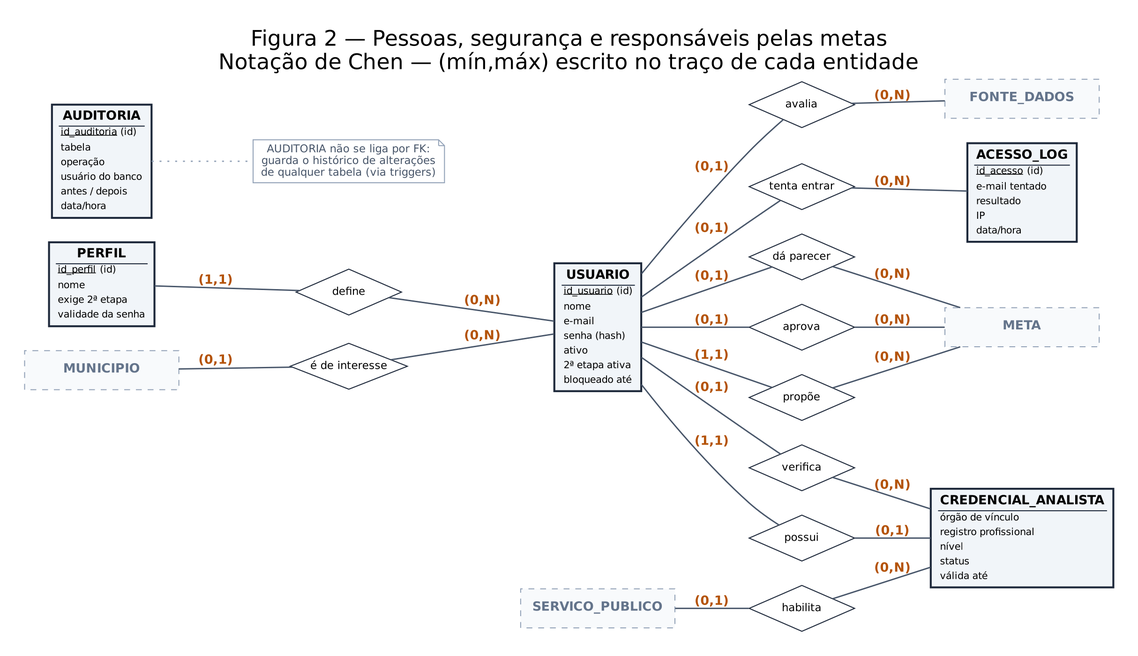
The Graphviz diagram docs/der/der_2_pessoas_seguranca.png in nicolemaranhao/ecocity-a3, before a commit. Its source is kept beside it as docs/der/der_2_pessoas_seguranca.dot.
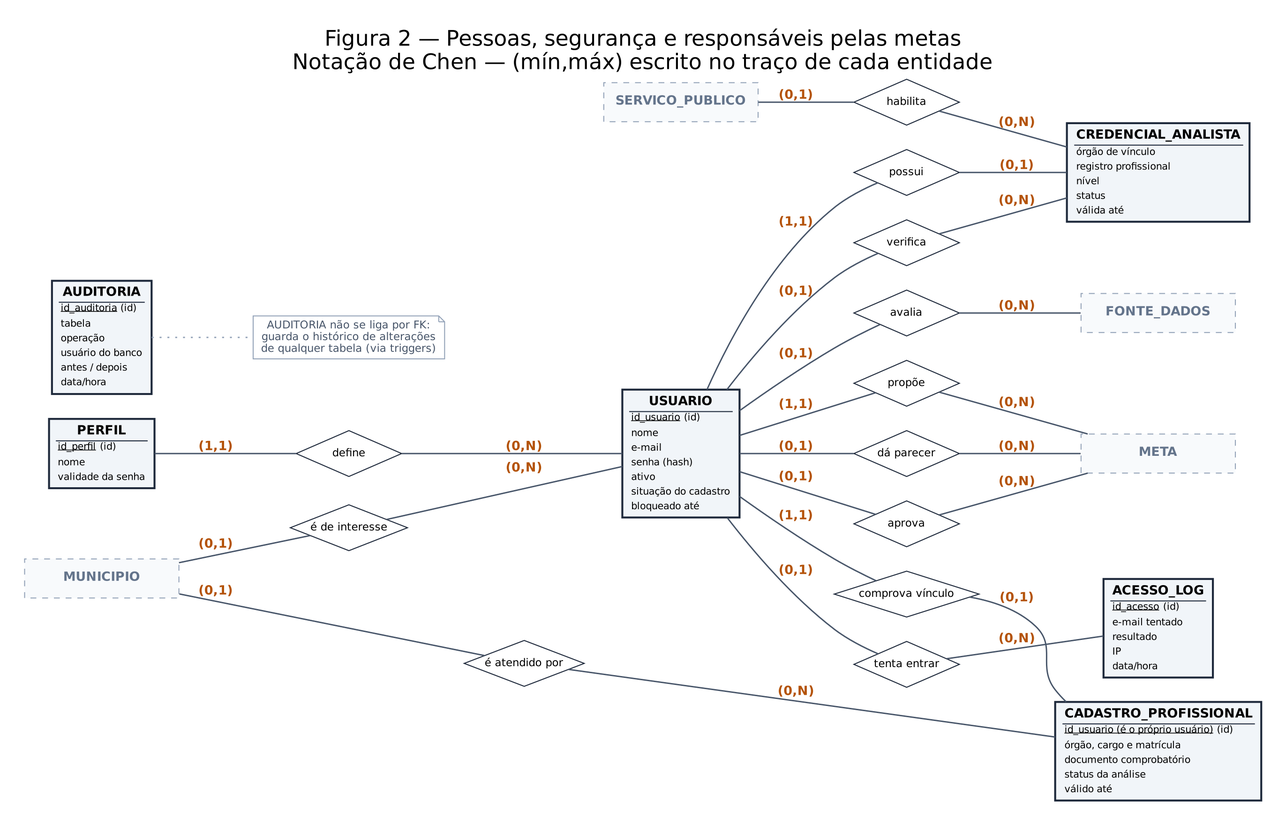
Later version of the same file.

What changed in the source:
```diff
@@ -1,8 +1,9 @@
 graph DER {
 graph [layout=dot, rankdir=LR, nodesep=0.35, ranksep=0.55, splines=true, pad=0.35, fontname="Helvetica", label="Figura 2 — Pessoas, segurança e responsáveis pelas metas\nNotação de Chen — (mín,máx) escrito no traço de cada entidade", labelloc=t, fontsize=22];
 node [fontname="Helvetica"]; edge [fontname="Helvetica-Bold", fontsize=13, fontcolor="#B45309", color="#475569", penwidth=1.4];
-"PERFIL" [shape=box, style="filled,bold", fillcolor="#F1F5F9", color="#1E293B", fontsize=13, margin="0.1,0.05", label=<<TABLE BORDER="0" CELLBORDER="0" CELLSPACING="0" CELLPADDING="2"><TR><TD><B>PERFIL</B></TD></TR><HR/><TR><TD ALIGN="LEFT"><FONT POINT-SIZE="10"><U>id_perfil</U> (id)</FONT></TD></TR><TR><TD ALIGN="LEFT"><FONT POINT-SIZE="10">nome</FONT></TD></TR><TR><TD ALIGN="LEFT"><FONT POINT-SIZE="10">exige 2ª etapa</FONT></TD></TR><TR><TD ALIGN="LEFT"><FONT POINT-SIZE="10">validade da senha</FONT></TD></TR></TABLE>>];
-"USUARIO" [shape=box, style="filled,bold", fillcolor="#F1F5F9", color="#1E293B", fontsize=13, margin="0.1,0.05", label=<<TABLE BORDER="0" CELLBORDER="0" CELLSPACING="0" CELLPADDING="2"><TR><TD><B>USUARIO</B></TD></TR><HR/><TR><TD ALIGN="LEFT"><FONT POINT-SIZE="10"><U>id_usuario</U> (id)</FONT></TD></TR><TR><TD ALIGN="LEFT"><FONT POINT-SIZE="10">nome</FONT></TD></TR><TR><TD ALIGN="LEFT"><FONT POINT-SIZE="10">e-mail</FONT></TD></TR><TR><TD ALIGN="LEFT"><FONT POINT-SIZE="10">senha (hash)</FONT></TD></TR><TR><TD ALIGN="LEFT"><FONT POINT-SIZE="10">ativo</FONT></TD></TR><TR><TD ALIGN="LEFT"><FONT POINT-SIZE="10">2ª etapa ativa</FONT></TD></TR><TR><TD ALIGN="LEFT"><FONT POINT-SIZE="10">bloqueado até</FONT></TD></TR></TABLE>>];
+"PERFIL" [shape=box, style="filled,bold", fillcolor="#F1F5F9", color="#1E293B", fontsize=13, margin="0.1,0.05", label=<<TABLE BORDER="0" CELLBORDER="0" CELLSPACING="0" CELLPADDING="2"><TR><TD><B>PERFIL</B></TD></TR><HR/><TR><TD ALIGN="LEFT"><FONT POINT-SIZE="10"><U>id_perfil</U> (id)</FONT></TD></TR><TR><TD ALIGN="LEFT"><FONT POINT-SIZE="10">nome</FONT></TD></TR><TR><TD ALIGN="LEFT"><FONT POINT-SIZE="10">validade da senha</FONT></TD></TR></TABLE>>];
+"USUARIO" [shape=box, style="filled,bold", fillcolor="#F1F5F9", color="#1E293B", fontsize=13, margin="0.1,0.05", label=<<TABLE BORDER="0" CELLBORDER="0" CELLSPACING="0" CELLPADDING="2"><TR><TD><B>USUARIO</B></TD></TR><HR/><TR><TD ALIGN="LEFT"><FONT POINT-SIZE="10"><U>id_usuario</U> (id)</FONT></TD></TR><TR><TD ALIGN="LEFT"><FONT POINT-SIZE="10">nome</FONT></TD></TR><TR><TD ALIGN="LEFT"><FONT POINT-SIZE="10">e-mail</FONT></TD></TR><TR><TD ALIGN="LEFT"><FONT POINT-SIZE="10">senha (hash)</FONT></TD></TR><TR><TD ALIGN="LEFT"><FONT POINT-SIZE="10">ativo</FONT></TD></TR><TR><TD ALIGN="LEFT"><FONT POINT-SIZE="10">situação do cadastro</FONT></TD></TR><TR><TD ALIGN="LEFT"><FONT POINT-SIZE="10">bloqueado até</FONT></TD></TR></TABLE>>];
+"CADASTRO_PROFISSIONAL" [shape=box, style="filled,bold", fillcolor="#F1F5F9", color="#1E293B", fontsize=13, margin="0.1,0.05", label=<<TABLE BORDER="0" CELLBORDER="0" CELLSPACING="0" CELLPADDING="2"><TR><TD><B>CADASTRO_PROFISSIONAL</B></TD></TR><HR/><TR><TD ALIGN="LEFT"><FONT POINT-SIZE="10"><U>id_usuario (é o próprio usuário)</U> (id)</FONT></TD></TR><TR><TD ALIGN="LEFT"><FONT POINT-SIZE="10">órgão, cargo e matrícula</FONT></TD></TR><TR><TD ALIGN="LEFT"><FONT POINT-SIZE="10">documento comprobatório</FONT></TD></TR><TR><TD ALIGN="LEFT"><FONT POINT-SIZE="10">status da análise</FONT></TD></TR><TR><TD ALIGN="LEFT"><FONT POINT-SIZE="10">válido até</FONT></TD></TR></TABLE>>];
 "CREDENCIAL_ANALISTA" [shape=box, style="filled,bold", fillcolor="#F1F5F9", color="#1E293B", fontsize=13, margin="0.1,0.05", label=<<TABLE BORDER="0" CELLBORDER="0" CELLSPACING="0" CELLPADDING="2"><TR><TD><B>CREDENCIAL_ANALISTA</B></TD></TR><HR/><TR><TD ALIGN="LEFT"><FONT POINT-SIZE="10">órgão de vínculo</FONT></TD></TR><TR><TD ALIGN="LEFT"><FONT POINT-SIZE="10">registro profissional</FONT></TD></TR><TR><TD ALIGN="LEFT"><FONT POINT-SIZE="10">nível</FONT></TD></TR><TR><TD ALIGN="LEFT"><FONT POINT-SIZE="10">status</FONT></TD></TR><TR><TD ALIGN="LEFT"><FONT POINT-SIZE="10">válida até</FONT></TD></TR></TABLE>>];
 "ACESSO_LOG" [shape=box, style="filled,bold", fillcolor="#F1F5F9", color="#1E293B", fontsize=13, margin="0.1,0.05", label=<<TABLE BORDER="0" CELLBORDER="0" CELLSPACING="0" CELLPADDING="2"><TR><TD><B>ACESSO_LOG</B></TD></TR><HR/><TR><TD ALIGN="LEFT"><FONT POINT-SIZE="10"><U>id_acesso</U> (id)</FONT></TD></TR><TR><TD ALIGN="LEFT"><FONT POINT-SIZE="10">e-mail tentado</FONT></TD></TR><TR><TD ALIGN="LEFT"><FONT POINT-SIZE="10">resultado</FONT></TD></TR><TR><TD ALIGN="LEFT"><FONT POINT-SIZE="10">IP</FONT></TD></TR><TR><TD ALIGN="LEFT"><FONT POINT-SIZE="10">data/hora</FONT></TD></TR></TABLE>>];
 "AUDITORIA" [shape=box, style="filled,bold", fillcolor="#F1F5F9", color="#1E293B", fontsize=13, margin="0.1,0.05", label=<<TABLE BORDER="0" CELLBORDER="0" CELLSPACING="0" CELLPADDING="2"><TR><TD><B>AUDITORIA</B></TD></TR><HR/><TR><TD ALIGN="LEFT"><FONT POINT-SIZE="10"><U>id_auditoria</U> (id)</FONT></TD></TR><TR><TD ALIGN="LEFT"><FONT POINT-SIZE="10">tabela</FONT></TD></TR><TR><TD ALIGN="LEFT"><FONT POINT-SIZE="10">operação</FONT></TD></TR><TR><TD ALIGN="LEFT"><FONT POINT-SIZE="10">usuário do banco</FONT></TD></TR><TR><TD ALIGN="LEFT"><FONT POINT-SIZE="10">antes / depois</FONT></TD></TR><TR><TD ALIGN="LEFT"><FONT POINT-SIZE="10">data/hora</FONT></TD></TR></TABLE>>];
@@ -10,36 +11,42 @@
 "FONTE_DADOS" [shape=box, style="dashed,filled", fillcolor="#F8FAFC", color="#94A3B8", fontcolor="#64748B", fontsize=13, width=2.2, height=0.55, label=<<B>FONTE_DADOS</B>>];
 "META" [shape=box, style="dashed,filled", fillcolor="#F8FAFC", color="#94A3B8", fontcolor="#64748B", fontsize=13, width=2.2, height=0.55, label=<<B>META</B>>];
 "MUNICIPIO" [shape=box, style="dashed,filled", fillcolor="#F8FAFC", color="#94A3B8", fontcolor="#64748B", fontsize=13, width=2.2, height=0.55, label=<<B>MUNICIPIO</B>>];
-"R17" [shape=diamond, label="propõe", style=filled, fillcolor="#FFFFFF", color="#1E293B", fontsize=11, width=1.5, height=0.65, margin=0.02];
-"USUARIO" -- "R17" [label="(1,1)"];
-"R17" -- "META" [label="(0,N)"];
-"R18" [shape=diamond, label="dá parecer", style=filled, fillcolor="#FFFFFF", color="#1E293B", fontsize=11, width=1.5, height=0.65, margin=0.02];
-"USUARIO" -- "R18" [label="(0,1)"];
-"R18" -- "META" [label="(0,N)"];
-"R19" [shape=diamond, label="aprova", style=filled, fillcolor="#FFFFFF", color="#1E293B", fontsize=11, width=1.5, height=0.65, margin=0.02];
-"USUARIO" -- "R19" [label="(0,1)"];
+"R19" [shape=diamond, label="propõe", style=filled, fillcolor="#FFFFFF", color="#1E293B", fontsize=11, width=1.5, height=0.65, margin=0.02];
+"USUARIO" -- "R19" [label="(1,1)"];
 "R19" -- "META" [label="(0,N)"];
-"R23" [shape=diamond, label="define", style=filled, fillcolor="#FFFFFF", color="#1E293B", fontsize=11, width=1.5, height=0.65, margin=0.02];
-"PERFIL" -- "R23" [label="(1,1)"];
-"R23" -- "USUARIO" [label="(0,N)"];
-"R24" [shape=diamond, label="é de interesse", style=filled, fillcolor="#FFFFFF", color="#1E293B", fontsize=11, width=1.5, height=0.65, margin=0.02];
-"MUNICIPIO" -- "R24" [label="(0,1)"];
-"R24" -- "USUARIO" [label="(0,N)"];
-"R25" [shape=diamond, label="possui", style=filled, fillcolor="#FFFFFF", color="#1E293B", fontsize=11, width=1.5, height=0.65, margin=0.02];
-"USUARIO" -- "R25" [label="(1,1)"];
-"R25" -- "CREDENCIAL_ANALISTA" [label="(0,1)"];
-"R26" [shape=diamond, label="habilita", style=filled, fillcolor="#FFFFFF", color="#1E293B", fontsize=11, width=1.5, height=0.65, margin=0.02];
-"SERVICO_PUBLICO" -- "R26" [label="(0,1)"];
-"R26" -- "CREDENCIAL_ANALISTA" [label="(0,N)"];
-"R27" [shape=diamond, label="verifica", style=filled, fillcolor="#FFFFFF", color="#1E293B", fontsize=11, width=1.5, height=0.65, margin=0.02];
-"USUARIO" -- "R27" [label="(0,1)"];
-"R27" -- "CREDENCIAL_ANALISTA" [label="(0,N)"];
-"R28" [shape=diamond, label="avalia", style=filled, fillcolor="#FFFFFF", color="#1E293B", fontsize=11, width=1.5, height=0.65, margin=0.02];
-"USUARIO" -- "R28" [label="(0,1)"];
-"R28" -- "FONTE_DADOS" [label="(0,N)"];
-"R29" [shape=diamond, label="tenta entrar", style=filled, fillcolor="#FFFFFF", color="#1E293B", fontsize=11, width=1.5, height=0.65, margin=0.02];
-"USUARIO" -- "R29" [label="(0,1)"];
-"R29" -- "ACESSO_LOG" [label="(0,N)"];
+"R20" [shape=diamond, label="dá parecer", style=filled, fillcolor="#FFFFFF", color="#1E293B", fontsize=11, width=1.5, height=0.65, margin=0.02];
+"USUARIO" -- "R20" [label="(0,1)"];
+"R20" -- "META" [label="(0,N)"];
+"R21" [shape=diamond, label="aprova", style=filled, fillcolor="#FFFFFF", color="#1E293B", fontsize=11, width=1.5, height=0.65, margin=0.02];
+"USUARIO" -- "R21" [label="(0,1)"];
+"R21" -- "META" [label="(0,N)"];
+"R25" [shape=diamond, label="define", style=filled, fillcolor="#FFFFFF", color="#1E293B", fontsize=11, width=1.5, height=0.65, margin=0.02];
+"PERFIL" -- "R25" [label="(1,1)"];
+"R25" -- "USUARIO" [label="(0,N)"];
+"R26" [shape=diamond, label="comprova vínculo", style=filled, fillcolor="#FFFFFF", color="#1E293B", fontsize=11, width=1.5, height=0.65, margin=0.02];
+"USUARIO" -- "R26" [label="(1,1)"];
+"R26" -- "CADASTRO_PROFISSIONAL" [label="(0,1)"];
+"R27" [shape=diamond, label="é atendido por", style=filled, fillcolor="#FFFFFF", color="#1E293B", fontsize=11, width=1.5, height=0.65, margin=0.02];
+"MUNICIPIO" -- "R27" [label="(0,1)"];
+"R27" -- "CADASTRO_PROFISSIONAL" [label="(0,N)"];
+"R28" [shape=diamond, label="é de interesse", style=filled, fillcolor="#FFFFFF", color="#1E293B", fontsize=11, width=1.5, height=0.65, margin=0.02];
+"MUNICIPIO" -- "R28" [label="(0,1)"];
+"R28" -- "USUARIO" [label="(0,N)"];
+"R29" [shape=diamond, label="possui", style=filled, fillcolor="#FFFFFF", color="#1E293B", fontsize=11, width=1.5, height=0.65, margin=0.02];
+"USUARIO" -- "R29" [label="(1,1)"];
+"R29" -- "CREDENCIAL_ANALISTA" [label="(0,1)"];
+"R30" [shape=diamond, label="habilita", style=filled, fillcolor="#FFFFFF", color="#1E293B", fontsize=11, width=1.5, height=0.65, margin=0.02];
+"SERVICO_PUBLICO" -- "R30" [label="(0,1)"];
+"R30" -- "CREDENCIAL_ANALISTA" [label="(0,N)"];
+"R31" [shape=diamond, label="verifica", style=filled, fillcolor="#FFFFFF", color="#1E293B", fontsize=11, width=1.5, height=0.65, margin=0.02];
+"USUARIO" -- "R31" [label="(0,1)"];
+"R31" -- "CREDENCIAL_ANALISTA" [label="(0,N)"];
+"R32" [shape=diamond, label="avalia", style=filled, fillcolor="#FFFFFF", color="#1E293B", fontsize=11, width=1.5, height=0.65, margin=0.02];
+"USUARIO" -- "R32" [label="(0,1)"];
+"R32" -- "FONTE_DADOS" [label="(0,N)"];
+"R33" [shape=diamond, label="tenta entrar", style=filled, fillcolor="#FFFFFF", color="#1E293B", fontsize=11, width=1.5, height=0.65, margin=0.02];
+"USUARIO" -- "R33" [label="(0,1)"];
+"R33" -- "ACESSO_LOG" [label="(0,N)"];
 "nota_aud" [shape=note, fontsize=11, color="#94A3B8", fontcolor="#475569", label="AUDITORIA não se liga por FK:\nguarda o histórico de alterações\nde qualquer tabela (via triggers)"];
 "AUDITORIA" -- "nota_aud" [style=dotted, color="#94A3B8"];
 }
```
